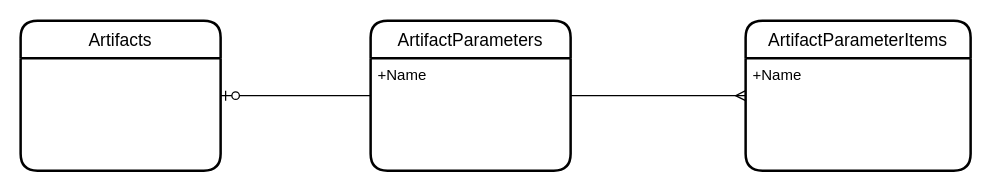
Before: Deliveries Models.drawio in chavp/data-modeling, a draw.io diagram. Source tidied: cells renumbered, new cells numbered last; positions are measured from the earlier drawing's top-left corner, leaving out a move shared by most shapes. Both pictures are drawn from the tidied source at 125%, with x=0, y=0 at pixel (20, 20).
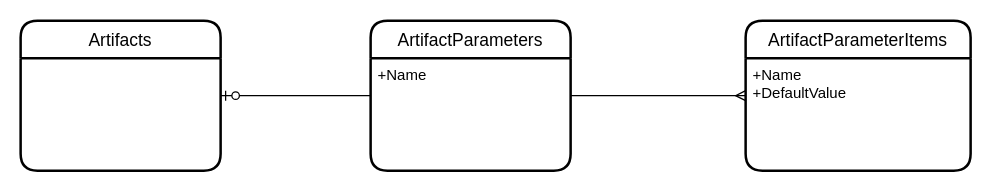
Above is the later version.

Diff of the diagram source:
```diff
@@
 <mxGraphModel>
   <root>
     <mxCell id="0" />
     <mxCell id="1" parent="0" />
     <mxCell id="2" style="edgeStyle=entityRelationEdgeStyle;fontSize=12;html=1;endArrow=ERzeroToOne;endFill=1;" parent="1" edge="1" source="4" target="3">
       <mxGeometry relative="1" as="geometry" />
     </mxCell>
     <mxCell id="3" value="Artifacts" style="swimlane;horizontal=1;startSize=30;rounded=1;fontSize=14;fontStyle=0;strokeWidth=2;shadow=0;dashed=0;align=center;" parent="1" vertex="1">
       <mxGeometry width="160" height="120" as="geometry" />
     </mxCell>
     <mxCell id="4" value="ArtifactParameters" style="swimlane;horizontal=1;startSize=30;rounded=1;fontSize=14;fontStyle=0;strokeWidth=2;shadow=0;dashed=0;align=center;" parent="1" vertex="1">
       <mxGeometry x="280" width="160" height="120" as="geometry" />
     </mxCell>
     <mxCell id="5" value="+Name&#10;&#10;" style="align=left;strokeColor=none;fillColor=none;spacingLeft=4;fontSize=12;verticalAlign=top;" parent="4" vertex="1">
       <mxGeometry y="30" width="160" height="90" as="geometry" />
     </mxCell>
     <mxCell id="6" value="ArtifactParameterItems" style="swimlane;horizontal=1;startSize=30;rounded=1;fontSize=14;fontStyle=0;strokeWidth=2;shadow=0;dashed=0;align=center;" parent="1" vertex="1">
       <mxGeometry x="580" width="180" height="120" as="geometry" />
     </mxCell>
-    <mxCell id="7" value="+Name&#10;&#10;" style="align=left;strokeColor=none;fillColor=none;spacingLeft=4;fontSize=12;verticalAlign=top;" parent="6" vertex="1">
+    <mxCell id="7" value="+Name&#10;+DefaultValue&#10;" style="align=left;strokeColor=none;fillColor=none;spacingLeft=4;fontSize=12;verticalAlign=top;" parent="6" vertex="1">
       <mxGeometry y="30" width="180" height="90" as="geometry" />
     </mxCell>
     <mxCell id="8" style="edgeStyle=entityRelationEdgeStyle;fontSize=12;html=1;endArrow=ERmany;" parent="1" edge="1" source="4" target="6">
       <mxGeometry relative="1" as="geometry" />
     </mxCell>
   </root>
 </mxGraphModel>
```
